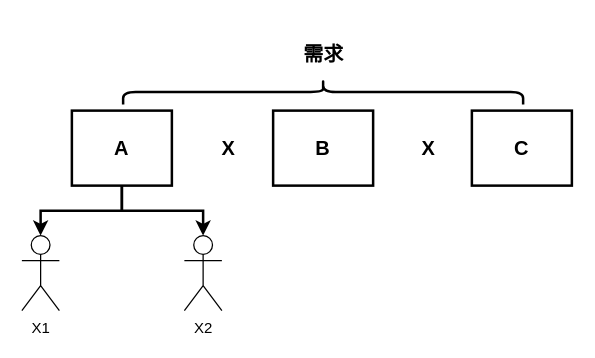
Above: personal/duyunjie/需求管理.drawio in zhuanzhuan-tech/arch-draw-io (draw.io), before the change. Source tidied: cells renumbered, new cells numbered last; positions are measured from the earlier drawing's top-left corner, leaving out a move shared by most shapes. Both pictures are drawn from the tidied source at 125%, with x=0, y=0 at pixel (21, -109).
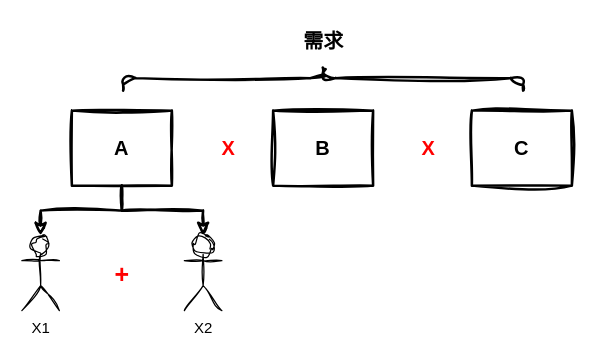
The same diagram, later.

Commit message (it also covers changes not shown here):
更新需求管理.drawio

What changed in the source:
```diff
@@
 <mxGraphModel>
   <root>
     <mxCell id="0" />
     <mxCell id="1" parent="0" />
-    <mxCell id="2" style="shape=curlyBracket;whiteSpace=wrap;html=1;rounded=1;labelPosition=left;verticalLabelPosition=middle;align=right;verticalAlign=middle;rotation=90;strokeWidth=2;" parent="1" vertex="1">
-      <mxGeometry x="231" width="20" height="320" as="geometry" />
+    <mxCell id="2" style="shape=curlyBracket;whiteSpace=wrap;html=1;rounded=1;labelPosition=left;verticalLabelPosition=middle;align=right;verticalAlign=middle;rotation=90;strokeWidth=2;sketch=1;curveFitting=1;jiggle=2;" parent="1" vertex="1">
+      <mxGeometry x="231" y="-11" width="20" height="320" as="geometry" />
     </mxCell>
-    <mxCell id="3" style="edgeStyle=orthogonalEdgeStyle;rounded=0;jettySize=auto;html=1;exitX=0.5;exitY=1;exitDx=0;exitDy=0;strokeWidth=2;" parent="1" edge="1" source="4" target="8">
+    <mxCell id="3" style="edgeStyle=orthogonalEdgeStyle;rounded=0;jettySize=auto;html=1;exitX=0.5;exitY=1;exitDx=0;exitDy=0;strokeWidth=2;sketch=1;curveFitting=1;jiggle=2;" parent="1" edge="1" source="4" target="8">
       <mxGeometry relative="1" as="geometry" />
     </mxCell>
-    <mxCell id="4" value="&lt;font style=&quot;font-size: 16px;&quot;&gt;&lt;b&gt;A&lt;/b&gt;&lt;/font&gt;" style="rounded=0;whiteSpace=wrap;html=1;strokeWidth=2;" parent="1" vertex="1">
+    <mxCell id="4" value="&lt;font style=&quot;font-size: 16px;&quot;&gt;&lt;b&gt;A&lt;/b&gt;&lt;/font&gt;" style="rounded=0;whiteSpace=wrap;html=1;strokeWidth=2;sketch=1;curveFitting=1;jiggle=2;" parent="1" vertex="1">
       <mxGeometry x="40" y="175" width="80" height="60" as="geometry" />
     </mxCell>
-    <mxCell id="5" value="&lt;font style=&quot;font-size: 16px;&quot;&gt;&lt;b&gt;需求&lt;/b&gt;&lt;/font&gt;" style="text;html=1;align=center;verticalAlign=middle;strokeColor=none;fillColor=none;" parent="1" vertex="1">
-      <mxGeometry x="211" y="115" width="60" height="30" as="geometry" />
+    <mxCell id="5" value="&lt;font style=&quot;font-size: 16px;&quot;&gt;&lt;b&gt;需求&lt;/b&gt;&lt;/font&gt;" style="text;html=1;align=center;verticalAlign=middle;strokeColor=none;fillColor=none;sketch=1;curveFitting=1;jiggle=2;" parent="1" vertex="1">
+      <mxGeometry x="211" y="104" width="60" height="30" as="geometry" />
     </mxCell>
-    <mxCell id="6" value="&lt;font style=&quot;font-size: 16px;&quot;&gt;&lt;b&gt;X&lt;/b&gt;&lt;/font&gt;" style="text;html=1;align=center;verticalAlign=middle;strokeColor=none;fillColor=none;" parent="1" vertex="1">
+    <mxCell id="6" value="&lt;font color=&quot;#ff0000&quot; style=&quot;font-size: 16px;&quot;&gt;&lt;b&gt;X&lt;/b&gt;&lt;/font&gt;" style="text;html=1;align=center;verticalAlign=middle;strokeColor=none;fillColor=none;sketch=1;curveFitting=1;jiggle=2;" parent="1" vertex="1">
       <mxGeometry x="150" y="190" width="30" height="30" as="geometry" />
     </mxCell>
-    <mxCell id="7" value="&lt;font style=&quot;font-size: 16px;&quot;&gt;&lt;b&gt;X&lt;/b&gt;&lt;/font&gt;" style="text;html=1;align=center;verticalAlign=middle;strokeColor=none;fillColor=none;" parent="1" vertex="1">
+    <mxCell id="7" value="&lt;font color=&quot;#ff0000&quot; style=&quot;font-size: 16px;&quot;&gt;&lt;b&gt;X&lt;/b&gt;&lt;/font&gt;" style="text;html=1;align=center;verticalAlign=middle;strokeColor=none;fillColor=none;sketch=1;curveFitting=1;jiggle=2;" parent="1" vertex="1">
       <mxGeometry x="310" y="190" width="30" height="30" as="geometry" />
     </mxCell>
-    <mxCell id="8" value="X1" style="shape=umlActor;verticalLabelPosition=bottom;verticalAlign=top;html=1;outlineConnect=0;" parent="1" vertex="1">
+    <mxCell id="8" value="X1" style="shape=umlActor;verticalLabelPosition=bottom;verticalAlign=top;html=1;outlineConnect=0;sketch=1;curveFitting=1;jiggle=2;" parent="1" vertex="1">
       <mxGeometry y="275" width="30" height="60" as="geometry" />
     </mxCell>
-    <mxCell id="9" value="&lt;font style=&quot;font-size: 16px;&quot;&gt;&lt;b&gt;C&lt;/b&gt;&lt;/font&gt;" style="rounded=0;whiteSpace=wrap;html=1;strokeWidth=2;" parent="1" vertex="1">
+    <mxCell id="9" value="&lt;font style=&quot;font-size: 16px;&quot;&gt;&lt;b&gt;C&lt;/b&gt;&lt;/font&gt;" style="rounded=0;whiteSpace=wrap;html=1;strokeWidth=2;sketch=1;curveFitting=1;jiggle=2;" parent="1" vertex="1">
       <mxGeometry x="360" y="175" width="80" height="60" as="geometry" />
     </mxCell>
-    <mxCell id="10" value="&lt;span style=&quot;font-size: 16px;&quot;&gt;&lt;b&gt;B&lt;/b&gt;&lt;/span&gt;" style="rounded=0;whiteSpace=wrap;html=1;strokeWidth=2;" parent="1" vertex="1">
+    <mxCell id="10" value="&lt;span style=&quot;font-size: 16px;&quot;&gt;&lt;b&gt;B&lt;/b&gt;&lt;/span&gt;" style="rounded=0;whiteSpace=wrap;html=1;strokeWidth=2;sketch=1;curveFitting=1;jiggle=2;" parent="1" vertex="1">
       <mxGeometry x="201" y="175" width="80" height="60" as="geometry" />
     </mxCell>
-    <mxCell id="11" value="X2" style="shape=umlActor;verticalLabelPosition=bottom;verticalAlign=top;html=1;outlineConnect=0;" parent="1" vertex="1">
+    <mxCell id="11" value="X2" style="shape=umlActor;verticalLabelPosition=bottom;verticalAlign=top;html=1;outlineConnect=0;sketch=1;curveFitting=1;jiggle=2;" parent="1" vertex="1">
       <mxGeometry x="130" y="275" width="30" height="60" as="geometry" />
     </mxCell>
-    <mxCell id="12" style="edgeStyle=orthogonalEdgeStyle;rounded=0;jettySize=auto;html=1;exitX=0.5;exitY=1;exitDx=0;exitDy=0;entryX=0.5;entryY=0;entryDx=0;entryDy=0;entryPerimeter=0;strokeWidth=2;" parent="1" edge="1" source="4" target="11">
+    <mxCell id="12" style="edgeStyle=orthogonalEdgeStyle;rounded=0;jettySize=auto;html=1;exitX=0.5;exitY=1;exitDx=0;exitDy=0;entryX=0.5;entryY=0;entryDx=0;entryDy=0;entryPerimeter=0;strokeWidth=2;sketch=1;curveFitting=1;jiggle=2;" parent="1" edge="1" source="4" target="11">
       <mxGeometry relative="1" as="geometry" />
     </mxCell>
+    <mxCell id="13" value="&lt;font size=&quot;1&quot; color=&quot;#ff0000&quot; style=&quot;&quot;&gt;&lt;b style=&quot;font-size: 20px;&quot;&gt;+&lt;/b&gt;&lt;/font&gt;" style="text;html=1;align=center;verticalAlign=middle;strokeColor=none;fillColor=none;sketch=1;curveFitting=1;jiggle=2;" parent="1" vertex="1">
+      <mxGeometry x="60" y="285" width="40" height="40" as="geometry" />
+    </mxCell>
   </root>
 </mxGraphModel>
```
